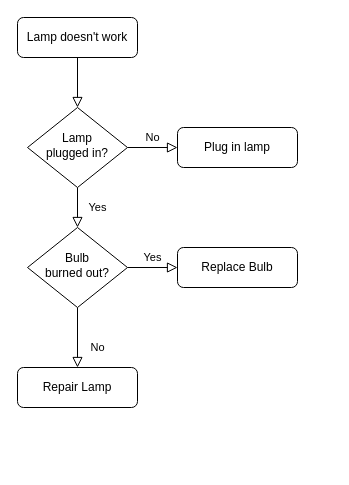
venjiang/dg keeps this draw.io diagram as 未命名绘图.drawio. Above is the earlier version. Source tidied: cells renumbered, new cells numbered last; positions are measured from the earlier drawing's top-left corner, leaving out a move shared by most shapes. Both pictures are drawn from the tidied source at 100%, with x=0, y=0 at pixel (17, 17).
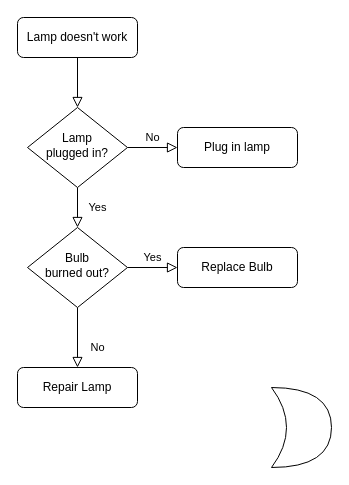
Above is the later version.

Diff of the diagram source:
```diff
@@
 <mxGraphModel>
   <root>
     <mxCell id="0" />
     <mxCell id="1" parent="0" />
     <mxCell id="2" style="rounded=0;html=1;jettySize=auto;fontSize=11;endArrow=block;endFill=0;endSize=8;strokeWidth=1;shadow=0;labelBackgroundColor=none;edgeStyle=orthogonalEdgeStyle;" parent="1" edge="1" source="3" target="6">
       <mxGeometry relative="1" as="geometry" />
     </mxCell>
     <mxCell id="3" value="Lamp doesn't work" style="rounded=1;whiteSpace=wrap;html=1;fontSize=12;glass=0;strokeWidth=1;shadow=0;" parent="1" vertex="1">
       <mxGeometry width="120" height="40" as="geometry" />
     </mxCell>
     <mxCell id="4" value="Yes" style="rounded=0;html=1;jettySize=auto;fontSize=11;endArrow=block;endFill=0;endSize=8;strokeWidth=1;shadow=0;labelBackgroundColor=none;edgeStyle=orthogonalEdgeStyle;" parent="1" edge="1" source="6" target="10">
       <mxGeometry y="20" relative="1" as="geometry" />
     </mxCell>
     <mxCell id="5" value="No" style="edgeStyle=orthogonalEdgeStyle;rounded=0;html=1;jettySize=auto;fontSize=11;endArrow=block;endFill=0;endSize=8;strokeWidth=1;shadow=0;labelBackgroundColor=none;" parent="1" edge="1" source="6" target="7">
       <mxGeometry y="10" relative="1" as="geometry" />
     </mxCell>
     <mxCell id="6" value="Lamp&lt;br&gt;plugged in?" style="rhombus;whiteSpace=wrap;html=1;shadow=0;fontFamily=Helvetica;fontSize=12;align=center;strokeWidth=1;spacing=6;spacingTop=-4;" parent="1" vertex="1">
       <mxGeometry x="10" y="90" width="100" height="80" as="geometry" />
     </mxCell>
     <mxCell id="7" value="Plug in lamp" style="rounded=1;whiteSpace=wrap;html=1;fontSize=12;glass=0;strokeWidth=1;shadow=0;" parent="1" vertex="1">
       <mxGeometry x="160" y="110" width="120" height="40" as="geometry" />
     </mxCell>
     <mxCell id="8" value="No" style="rounded=0;html=1;jettySize=auto;fontSize=11;endArrow=block;endFill=0;endSize=8;strokeWidth=1;shadow=0;labelBackgroundColor=none;edgeStyle=orthogonalEdgeStyle;" parent="1" edge="1" source="10" target="11">
       <mxGeometry x="0.33" y="20" relative="1" as="geometry" />
     </mxCell>
     <mxCell id="9" value="Yes" style="edgeStyle=orthogonalEdgeStyle;rounded=0;html=1;jettySize=auto;fontSize=11;endArrow=block;endFill=0;endSize=8;strokeWidth=1;shadow=0;labelBackgroundColor=none;" parent="1" edge="1" source="10" target="12">
       <mxGeometry y="10" relative="1" as="geometry" />
     </mxCell>
     <mxCell id="10" value="Bulb&lt;br&gt;burned out?" style="rhombus;whiteSpace=wrap;html=1;shadow=0;fontFamily=Helvetica;fontSize=12;align=center;strokeWidth=1;spacing=6;spacingTop=-4;" parent="1" vertex="1">
       <mxGeometry x="10" y="210" width="100" height="80" as="geometry" />
     </mxCell>
     <mxCell id="11" value="Repair Lamp" style="rounded=1;whiteSpace=wrap;html=1;fontSize=12;glass=0;strokeWidth=1;shadow=0;" parent="1" vertex="1">
       <mxGeometry y="350" width="120" height="40" as="geometry" />
     </mxCell>
     <mxCell id="12" value="Replace Bulb" style="rounded=1;whiteSpace=wrap;html=1;fontSize=12;glass=0;strokeWidth=1;shadow=0;" parent="1" vertex="1">
       <mxGeometry x="160" y="230" width="120" height="40" as="geometry" />
     </mxCell>
+    <mxCell id="13" style="shape=xor;whiteSpace=wrap;html=1;" parent="1" vertex="1">
+      <mxGeometry x="254" y="370" width="60" height="80" as="geometry" />
+    </mxCell>
   </root>
 </mxGraphModel>
```
